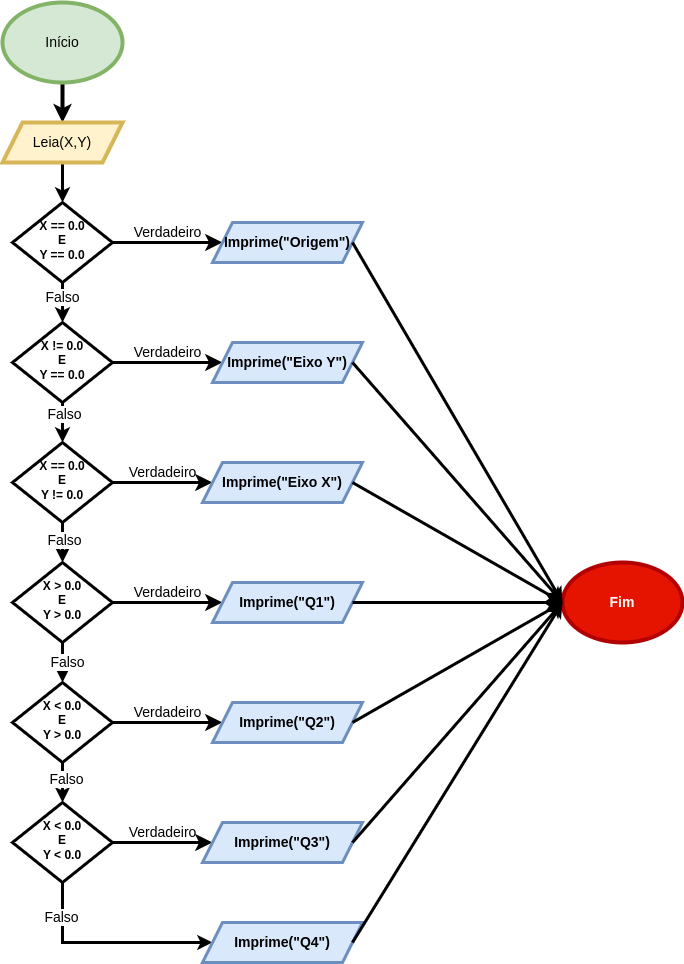
Before: condicionais/images/beecrowd_1041.png, a diagram exported from draw.io (viniciusrpb/cic0004_apc_engcomp). Source tidied: cells renumbered, new cells last; positions are measured from the earlier drawing's top-left corner, leaving out a move shared by most shapes. Source of this version:
```xml
<mxGraphModel>
  <root>
    <mxCell id="0" />
    <mxCell id="1" parent="0" />
    <mxCell id="2" value="Verdadeiro" style="edgeStyle=orthogonalEdgeStyle;rounded=0;html=1;jettySize=auto;fontSize=14;endArrow=classic;endFill=1;endSize=8;strokeWidth=3;shadow=0;labelBackgroundColor=none;entryX=0;entryY=0.5;entryDx=0;entryDy=0;" parent="1" edge="1" source="5" target="19">
      <mxGeometry y="10" relative="1" as="geometry" />
    </mxCell>
    <mxCell id="3" style="edgeStyle=orthogonalEdgeStyle;rounded=0;jettySize=auto;html=1;exitX=0.5;exitY=1;exitDx=0;exitDy=0;entryX=0.5;entryY=0;entryDx=0;entryDy=0;fontSize=14;strokeWidth=3;" parent="1" edge="1" source="5" target="8">
      <mxGeometry relative="1" as="geometry" />
    </mxCell>
    <mxCell id="4" value="Falso" style="edgeLabel;html=1;align=center;verticalAlign=middle;fontSize=14;" parent="3" vertex="1">
      <mxGeometry x="-0.3" y="-1" relative="1" as="geometry" />
    </mxCell>
    <mxCell id="5" value="X == 0.0&lt;div style=&quot;font-size: 12px;&quot;&gt;E&lt;/div&gt;&lt;div style=&quot;font-size: 12px;&quot;&gt;Y == 0.0&lt;/div&gt;" style="rhombus;whiteSpace=wrap;html=1;shadow=0;fontFamily=Helvetica;fontSize=12;align=center;strokeWidth=3;spacing=6;spacingTop=-4;fontStyle=1;" parent="1" vertex="1">
      <mxGeometry x="10" y="200" width="100" height="80" as="geometry" />
    </mxCell>
    <mxCell id="6" style="edgeStyle=orthogonalEdgeStyle;rounded=0;jettySize=auto;html=1;exitX=0.5;exitY=1;exitDx=0;exitDy=0;entryX=0.5;entryY=0;entryDx=0;entryDy=0;fontSize=14;strokeWidth=3;" parent="1" edge="1" source="8" target="16">
      <mxGeometry relative="1" as="geometry" />
    </mxCell>
    <mxCell id="7" value="Falso" style="edgeLabel;html=1;align=center;verticalAlign=middle;fontSize=14;" parent="6" vertex="1">
      <mxGeometry x="-0.45" y="1" relative="1" as="geometry" />
    </mxCell>
    <mxCell id="8" value="X != 0.0&lt;div style=&quot;font-size: 12px;&quot;&gt;E&lt;/div&gt;&lt;div style=&quot;font-size: 12px;&quot;&gt;Y == 0.0&lt;/div&gt;" style="rhombus;whiteSpace=wrap;html=1;shadow=0;fontFamily=Helvetica;fontSize=12;align=center;strokeWidth=3;spacing=6;spacingTop=-4;fontStyle=1;" parent="1" vertex="1">
      <mxGeometry x="10" y="320" width="100" height="80" as="geometry" />
    </mxCell>
    <mxCell id="9" style="edgeStyle=orthogonalEdgeStyle;rounded=0;jettySize=auto;html=1;entryX=0.5;entryY=0;entryDx=0;entryDy=0;strokeWidth=4;fontSize=14;" parent="1" edge="1" source="10" target="18">
      <mxGeometry relative="1" as="geometry" />
    </mxCell>
    <mxCell id="10" value="Início" style="ellipse;whiteSpace=wrap;html=1;strokeWidth=4;fontSize=14;fillColor=#d5e8d4;strokeColor=#82b366;" parent="1" vertex="1">
      <mxGeometry width="120" height="80" as="geometry" />
    </mxCell>
    <mxCell id="11" value="Fim" style="ellipse;whiteSpace=wrap;html=1;strokeWidth=4;fontSize=14;fillColor=#e51400;strokeColor=#B20000;fontColor=#ffffff;fontStyle=1;" parent="1" vertex="1">
      <mxGeometry x="560" y="560" width="120" height="80" as="geometry" />
    </mxCell>
    <mxCell id="12" value="Verdadeiro" style="edgeStyle=orthogonalEdgeStyle;rounded=0;html=1;jettySize=auto;fontSize=14;endArrow=classic;endFill=1;endSize=8;strokeWidth=3;shadow=0;labelBackgroundColor=none;exitX=1;exitY=0.5;exitDx=0;exitDy=0;entryX=0;entryY=0.5;entryDx=0;entryDy=0;" parent="1" edge="1" source="8" target="20">
      <mxGeometry y="10" relative="1" as="geometry" />
    </mxCell>
    <mxCell id="13" value="Verdadeiro" style="edgeStyle=orthogonalEdgeStyle;rounded=0;html=1;jettySize=auto;fontSize=14;endArrow=classic;endFill=1;endSize=8;strokeWidth=3;shadow=0;labelBackgroundColor=none;entryX=0;entryY=0.5;entryDx=0;entryDy=0;" parent="1" edge="1" source="16" target="21">
      <mxGeometry y="10" relative="1" as="geometry" />
    </mxCell>
    <mxCell id="14" style="edgeStyle=orthogonalEdgeStyle;rounded=0;jettySize=auto;html=1;exitX=0.5;exitY=1;exitDx=0;exitDy=0;entryX=0.5;entryY=0;entryDx=0;entryDy=0;fontSize=14;strokeWidth=3;" parent="1" edge="1" source="16" target="25">
      <mxGeometry relative="1" as="geometry" />
    </mxCell>
    <mxCell id="15" value="Falso" style="edgeLabel;html=1;align=center;verticalAlign=middle;fontSize=14;" parent="14" vertex="1">
      <mxGeometry x="-0.15" y="1" relative="1" as="geometry" />
    </mxCell>
    <mxCell id="16" value="X == 0.0&lt;div style=&quot;font-size: 12px;&quot;&gt;E&lt;/div&gt;&lt;div style=&quot;font-size: 12px;&quot;&gt;Y != 0.0&lt;/div&gt;" style="rhombus;whiteSpace=wrap;html=1;shadow=0;fontFamily=Helvetica;fontSize=12;align=center;strokeWidth=3;spacing=6;spacingTop=-4;fontStyle=1;" parent="1" vertex="1">
      <mxGeometry x="10" y="440" width="100" height="80" as="geometry" />
    </mxCell>
    <mxCell id="17" style="edgeStyle=orthogonalEdgeStyle;rounded=0;jettySize=auto;html=1;exitX=0.5;exitY=1;exitDx=0;exitDy=0;entryX=0.5;entryY=0;entryDx=0;entryDy=0;strokeWidth=3;fontSize=14;" parent="1" edge="1" source="18" target="5">
      <mxGeometry relative="1" as="geometry" />
    </mxCell>
    <mxCell id="18" value="Leia(X,Y)" style="shape=parallelogram;perimeter=parallelogramPerimeter;whiteSpace=wrap;html=1;fixedSize=1;strokeWidth=4;fontSize=14;fillColor=#fff2cc;strokeColor=#d6b656;" parent="1" vertex="1">
      <mxGeometry y="120" width="120" height="40" as="geometry" />
    </mxCell>
    <mxCell id="19" value="Imprime(&quot;Origem&quot;)" style="shape=parallelogram;perimeter=parallelogramPerimeter;whiteSpace=wrap;html=1;fixedSize=1;strokeWidth=3;fontSize=14;fillColor=#dae8fc;strokeColor=#6c8ebf;fontStyle=1;" parent="1" vertex="1">
      <mxGeometry x="210" y="220" width="150" height="40" as="geometry" />
    </mxCell>
    <mxCell id="20" value="Imprime(&quot;Eixo Y&quot;)" style="shape=parallelogram;perimeter=parallelogramPerimeter;whiteSpace=wrap;html=1;fixedSize=1;strokeWidth=3;fontSize=14;fillColor=#dae8fc;strokeColor=#6c8ebf;fontStyle=1;" parent="1" vertex="1">
      <mxGeometry x="210" y="340" width="150" height="40" as="geometry" />
    </mxCell>
    <mxCell id="21" value="Imprime(&quot;Eixo X&quot;)" style="shape=parallelogram;perimeter=parallelogramPerimeter;whiteSpace=wrap;html=1;fixedSize=1;strokeWidth=3;fontSize=14;fillColor=#dae8fc;strokeColor=#6c8ebf;fontStyle=1;" parent="1" vertex="1">
      <mxGeometry x="200" y="460" width="160" height="40" as="geometry" />
    </mxCell>
    <mxCell id="22" value="Verdadeiro" style="edgeStyle=orthogonalEdgeStyle;rounded=0;html=1;jettySize=auto;fontSize=14;endArrow=classic;endFill=1;endSize=8;strokeWidth=3;shadow=0;labelBackgroundColor=none;entryX=0;entryY=0.5;entryDx=0;entryDy=0;" parent="1" edge="1" source="25" target="34">
      <mxGeometry y="10" relative="1" as="geometry" />
    </mxCell>
    <mxCell id="23" style="edgeStyle=orthogonalEdgeStyle;rounded=0;jettySize=auto;html=1;exitX=0.5;exitY=1;exitDx=0;exitDy=0;fontSize=14;strokeWidth=3;" parent="1" edge="1" source="25" target="28">
      <mxGeometry relative="1" as="geometry" />
    </mxCell>
    <mxCell id="24" value="Falso" style="edgeLabel;html=1;align=center;verticalAlign=middle;fontSize=14;" parent="23" vertex="1">
      <mxGeometry x="-0.05" y="4" relative="1" as="geometry" />
    </mxCell>
    <mxCell id="25" value="X &amp;gt; 0.0&lt;div style=&quot;font-size: 12px;&quot;&gt;E&lt;/div&gt;&lt;div style=&quot;font-size: 12px;&quot;&gt;Y &amp;gt; 0.0&lt;/div&gt;" style="rhombus;whiteSpace=wrap;html=1;shadow=0;fontFamily=Helvetica;fontSize=12;align=center;strokeWidth=3;spacing=6;spacingTop=-4;fontStyle=1;" parent="1" vertex="1">
      <mxGeometry x="10" y="560" width="100" height="80" as="geometry" />
    </mxCell>
    <mxCell id="26" style="edgeStyle=orthogonalEdgeStyle;rounded=0;jettySize=auto;html=1;exitX=0.5;exitY=1;exitDx=0;exitDy=0;entryX=0.5;entryY=0;entryDx=0;entryDy=0;fontSize=14;strokeWidth=3;" parent="1" edge="1" source="28" target="33">
      <mxGeometry relative="1" as="geometry" />
    </mxCell>
    <mxCell id="27" value="Falso" style="edgeLabel;html=1;align=center;verticalAlign=middle;fontSize=14;" parent="26" vertex="1">
      <mxGeometry x="-0.2" y="3" relative="1" as="geometry" />
    </mxCell>
    <mxCell id="28" value="X &amp;lt; 0.0&lt;div style=&quot;font-size: 12px;&quot;&gt;E&lt;/div&gt;&lt;div style=&quot;font-size: 12px;&quot;&gt;Y &amp;gt; 0.0&lt;/div&gt;" style="rhombus;whiteSpace=wrap;html=1;shadow=0;fontFamily=Helvetica;fontSize=12;align=center;strokeWidth=3;spacing=6;spacingTop=-4;fontStyle=1;" parent="1" vertex="1">
      <mxGeometry x="10" y="680" width="100" height="80" as="geometry" />
    </mxCell>
    <mxCell id="29" value="Verdadeiro" style="edgeStyle=orthogonalEdgeStyle;rounded=0;html=1;jettySize=auto;fontSize=14;endArrow=classic;endFill=1;endSize=8;strokeWidth=3;shadow=0;labelBackgroundColor=none;exitX=1;exitY=0.5;exitDx=0;exitDy=0;entryX=0;entryY=0.5;entryDx=0;entryDy=0;" parent="1" edge="1" source="28" target="35">
      <mxGeometry y="10" relative="1" as="geometry" />
    </mxCell>
    <mxCell id="30" value="Verdadeiro" style="edgeStyle=orthogonalEdgeStyle;rounded=0;html=1;jettySize=auto;fontSize=14;endArrow=classic;endFill=1;endSize=8;strokeWidth=3;shadow=0;labelBackgroundColor=none;entryX=0;entryY=0.5;entryDx=0;entryDy=0;" parent="1" edge="1" source="33" target="36">
      <mxGeometry y="10" relative="1" as="geometry" />
    </mxCell>
    <mxCell id="31" style="edgeStyle=orthogonalEdgeStyle;rounded=0;jettySize=auto;html=1;entryX=0;entryY=0.5;entryDx=0;entryDy=0;strokeWidth=3;fontSize=14;" parent="1" edge="1" source="33" target="37">
      <mxGeometry relative="1" as="geometry">
        <Array as="points">
          <mxPoint x="60" y="940" />
        </Array>
      </mxGeometry>
    </mxCell>
    <mxCell id="32" value="Falso" style="edgeLabel;html=1;align=center;verticalAlign=middle;fontSize=14;" parent="31" vertex="1">
      <mxGeometry x="-0.67" y="-2" relative="1" as="geometry" />
    </mxCell>
    <mxCell id="33" value="X &amp;lt; 0.0&lt;div style=&quot;font-size: 12px;&quot;&gt;E&lt;/div&gt;&lt;div style=&quot;font-size: 12px;&quot;&gt;Y &amp;lt; 0.0&lt;/div&gt;" style="rhombus;whiteSpace=wrap;html=1;shadow=0;fontFamily=Helvetica;fontSize=12;align=center;strokeWidth=3;spacing=6;spacingTop=-4;fontStyle=1;" parent="1" vertex="1">
      <mxGeometry x="10" y="800" width="100" height="80" as="geometry" />
    </mxCell>
    <mxCell id="34" value="Imprime(&quot;Q1&quot;)" style="shape=parallelogram;perimeter=parallelogramPerimeter;whiteSpace=wrap;html=1;fixedSize=1;strokeWidth=3;fontSize=14;fillColor=#dae8fc;strokeColor=#6c8ebf;fontStyle=1;" parent="1" vertex="1">
      <mxGeometry x="210" y="580" width="150" height="40" as="geometry" />
    </mxCell>
    <mxCell id="35" value="Imprime(&quot;Q2&quot;)" style="shape=parallelogram;perimeter=parallelogramPerimeter;whiteSpace=wrap;html=1;fixedSize=1;strokeWidth=3;fontSize=14;fillColor=#dae8fc;strokeColor=#6c8ebf;fontStyle=1;" parent="1" vertex="1">
      <mxGeometry x="210" y="700" width="150" height="40" as="geometry" />
    </mxCell>
    <mxCell id="36" value="Imprime(&quot;Q3&quot;)" style="shape=parallelogram;perimeter=parallelogramPerimeter;whiteSpace=wrap;html=1;fixedSize=1;strokeWidth=3;fontSize=14;fillColor=#dae8fc;strokeColor=#6c8ebf;fontStyle=1;" parent="1" vertex="1">
      <mxGeometry x="200" y="820" width="160" height="40" as="geometry" />
    </mxCell>
    <mxCell id="37" value="Imprime(&quot;Q4&quot;)" style="shape=parallelogram;perimeter=parallelogramPerimeter;whiteSpace=wrap;html=1;fixedSize=1;strokeWidth=3;fontSize=14;fillColor=#dae8fc;strokeColor=#6c8ebf;fontStyle=1;" parent="1" vertex="1">
      <mxGeometry x="200" y="920" width="160" height="40" as="geometry" />
    </mxCell>
    <mxCell id="38" style="endArrow=classic;html=1;rounded=0;exitX=1;exitY=0.5;exitDx=0;exitDy=0;entryX=0;entryY=0.5;entryDx=0;entryDy=0;strokeWidth=3;fontSize=14;fontStyle=1;" parent="1" edge="1" source="19" target="11">
      <mxGeometry relative="1" as="geometry" />
    </mxCell>
    <mxCell id="39" style="endArrow=classic;html=1;rounded=0;exitX=1;exitY=0.5;exitDx=0;exitDy=0;entryX=0;entryY=0.5;entryDx=0;entryDy=0;strokeWidth=3;fontSize=14;fontStyle=1;" parent="1" edge="1" source="20" target="11">
      <mxGeometry relative="1" as="geometry" />
    </mxCell>
    <mxCell id="40" style="endArrow=classic;html=1;rounded=0;exitX=1;exitY=0.5;exitDx=0;exitDy=0;entryX=0;entryY=0.5;entryDx=0;entryDy=0;strokeWidth=3;fontSize=14;fontStyle=1;" parent="1" edge="1" source="21" target="11">
      <mxGeometry relative="1" as="geometry" />
    </mxCell>
    <mxCell id="41" style="endArrow=classic;html=1;rounded=0;exitX=1;exitY=0.5;exitDx=0;exitDy=0;entryX=0;entryY=0.5;entryDx=0;entryDy=0;strokeWidth=3;fontSize=14;fontStyle=1;" parent="1" edge="1" source="34" target="11">
      <mxGeometry relative="1" as="geometry" />
    </mxCell>
    <mxCell id="42" style="endArrow=classic;html=1;rounded=0;exitX=1;exitY=0.5;exitDx=0;exitDy=0;entryX=0;entryY=0.5;entryDx=0;entryDy=0;strokeWidth=3;fontSize=14;fontStyle=1;" parent="1" edge="1" source="35" target="11">
      <mxGeometry relative="1" as="geometry" />
    </mxCell>
    <mxCell id="43" style="endArrow=classic;html=1;rounded=0;exitX=1;exitY=0.5;exitDx=0;exitDy=0;entryX=0;entryY=0.5;entryDx=0;entryDy=0;strokeWidth=3;fontSize=14;fontStyle=1;" parent="1" edge="1" source="36" target="11">
      <mxGeometry relative="1" as="geometry" />
    </mxCell>
    <mxCell id="44" style="endArrow=classic;html=1;rounded=0;exitX=1;exitY=0.5;exitDx=0;exitDy=0;entryX=0;entryY=0.5;entryDx=0;entryDy=0;strokeWidth=3;fontSize=14;fontStyle=1;" parent="1" edge="1" source="37" target="11">
      <mxGeometry relative="1" as="geometry" />
    </mxCell>
  </root>
</mxGraphModel>
```
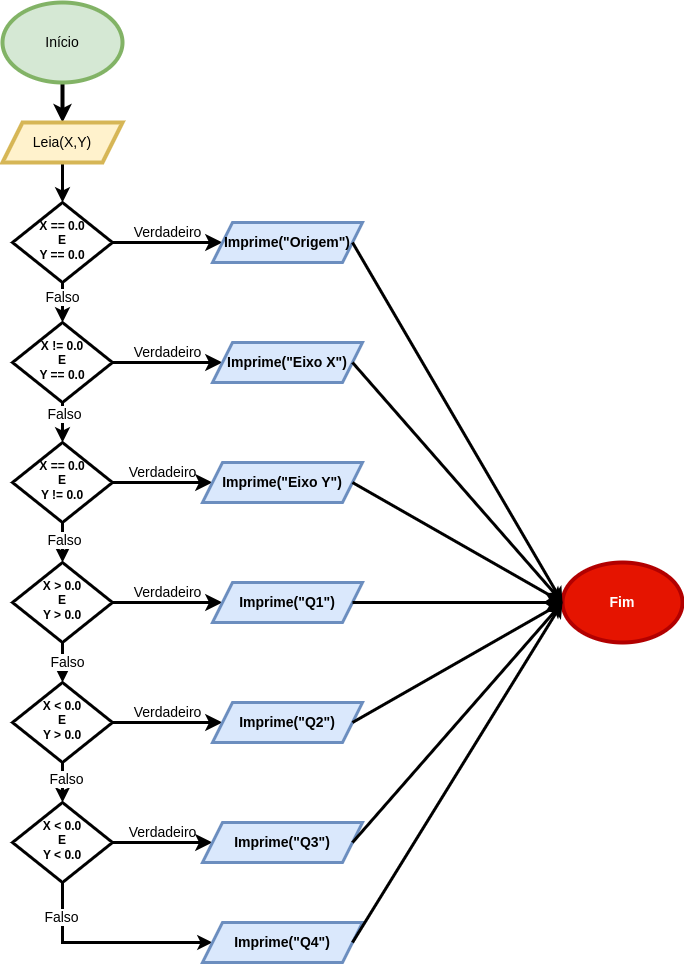
The same file after the commit.

The edit, as a diff of the source:
```diff
@@ -56,10 +56,10 @@
     <mxCell id="19" value="Imprime(&quot;Origem&quot;)" style="shape=parallelogram;perimeter=parallelogramPerimeter;whiteSpace=wrap;html=1;fixedSize=1;strokeWidth=3;fontSize=14;fillColor=#dae8fc;strokeColor=#6c8ebf;fontStyle=1;" parent="1" vertex="1">
       <mxGeometry x="210" y="220" width="150" height="40" as="geometry" />
     </mxCell>
-    <mxCell id="20" value="Imprime(&quot;Eixo Y&quot;)" style="shape=parallelogram;perimeter=parallelogramPerimeter;whiteSpace=wrap;html=1;fixedSize=1;strokeWidth=3;fontSize=14;fillColor=#dae8fc;strokeColor=#6c8ebf;fontStyle=1;" parent="1" vertex="1">
+    <mxCell id="20" value="Imprime(&quot;Eixo X&quot;)" style="shape=parallelogram;perimeter=parallelogramPerimeter;whiteSpace=wrap;html=1;fixedSize=1;strokeWidth=3;fontSize=14;fillColor=#dae8fc;strokeColor=#6c8ebf;fontStyle=1;" parent="1" vertex="1">
       <mxGeometry x="210" y="340" width="150" height="40" as="geometry" />
     </mxCell>
-    <mxCell id="21" value="Imprime(&quot;Eixo X&quot;)" style="shape=parallelogram;perimeter=parallelogramPerimeter;whiteSpace=wrap;html=1;fixedSize=1;strokeWidth=3;fontSize=14;fillColor=#dae8fc;strokeColor=#6c8ebf;fontStyle=1;" parent="1" vertex="1">
+    <mxCell id="21" value="Imprime(&quot;Eixo Y&quot;)" style="shape=parallelogram;perimeter=parallelogramPerimeter;whiteSpace=wrap;html=1;fixedSize=1;strokeWidth=3;fontSize=14;fillColor=#dae8fc;strokeColor=#6c8ebf;fontStyle=1;" parent="1" vertex="1">
       <mxGeometry x="200" y="460" width="160" height="40" as="geometry" />
     </mxCell>
     <mxCell id="22" value="Verdadeiro" style="edgeStyle=orthogonalEdgeStyle;rounded=0;html=1;jettySize=auto;fontSize=14;endArrow=classic;endFill=1;endSize=8;strokeWidth=3;shadow=0;labelBackgroundColor=none;entryX=0;entryY=0.5;entryDx=0;entryDy=0;" parent="1" edge="1" source="25" target="34">
```
